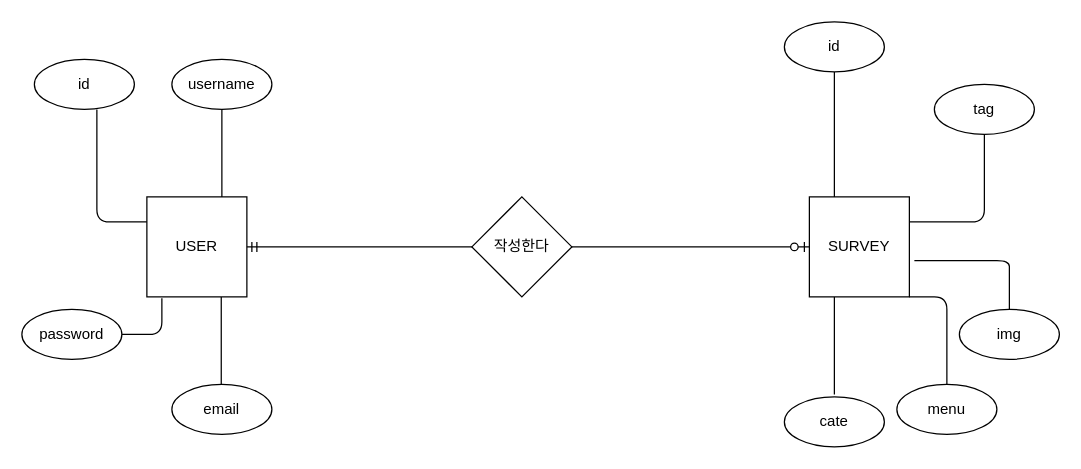
Above: Untitled Diagram.drawio in agfechoi/RSVP (draw.io), before the change. Source tidied: cells renumbered, new cells numbered last; positions are measured from the earlier drawing's top-left corner, leaving out a move shared by most shapes. Both pictures are drawn from the tidied source at 125%, with x=0, y=0 at pixel (21, 21).
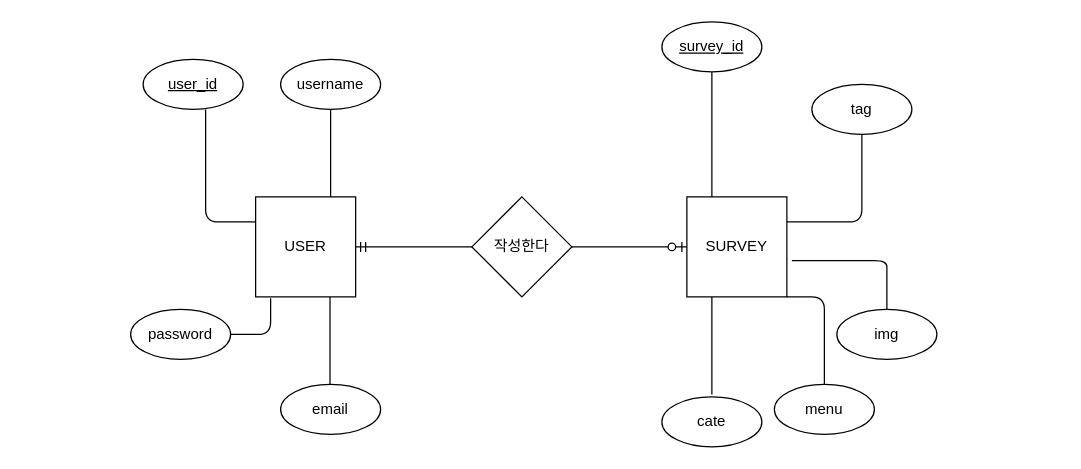
The same diagram, later.

Change to the diagram source:
```diff
@@
     <mxCell id="2" value="USER" style="whiteSpace=wrap;html=1;" parent="1" vertex="1">
-      <mxGeometry x="100" y="140" width="80" height="80" as="geometry" />
+      <mxGeometry x="187" y="140" width="80" height="80" as="geometry" />
     </mxCell>
     <mxCell id="3" value="SURVEY" style="whiteSpace=wrap;html=1;" parent="1" vertex="1">
-      <mxGeometry x="630" y="140" width="80" height="80" as="geometry" />
+      <mxGeometry x="532" y="140" width="80" height="80" as="geometry" />
     </mxCell>
-    <mxCell id="4" value="id" style="ellipse;whiteSpace=wrap;html=1;" parent="1" vertex="1">
-      <mxGeometry x="610" width="80" height="40" as="geometry" />
+    <mxCell id="4" value="&lt;u&gt;survey_id&lt;/u&gt;" style="ellipse;whiteSpace=wrap;html=1;" parent="1" vertex="1">
+      <mxGeometry x="512" width="80" height="40" as="geometry" />
     </mxCell>
     <mxCell id="5" value="email" style="ellipse;whiteSpace=wrap;html=1;" parent="1" vertex="1">
-      <mxGeometry x="120" y="290" width="80" height="40" as="geometry" />
+      <mxGeometry x="207" y="290" width="80" height="40" as="geometry" />
     </mxCell>
     <mxCell id="6" value="password" style="ellipse;whiteSpace=wrap;html=1;" parent="1" vertex="1">
-      <mxGeometry y="230" width="80" height="40" as="geometry" />
+      <mxGeometry x="87" y="230" width="80" height="40" as="geometry" />
     </mxCell>
     <mxCell id="7" value="username" style="ellipse;whiteSpace=wrap;html=1;" parent="1" vertex="1">
-      <mxGeometry x="120" y="30" width="80" height="40" as="geometry" />
+      <mxGeometry x="207" y="30" width="80" height="40" as="geometry" />
     </mxCell>
-    <mxCell id="8" value="id" style="ellipse;whiteSpace=wrap;html=1;" parent="1" vertex="1">
-      <mxGeometry x="10" y="30" width="80" height="40" as="geometry" />
+    <mxCell id="8" value="&lt;u&gt;user_id&lt;/u&gt;" style="ellipse;whiteSpace=wrap;html=1;" parent="1" vertex="1">
+      <mxGeometry x="97" y="30" width="80" height="40" as="geometry" />
     </mxCell>
@@
     <mxCell id="10" style="endArrow=none;html=1;entryX=0.5;entryY=1;entryDx=0;entryDy=0;exitX=0;exitY=0.25;exitDx=0;exitDy=0;" parent="1" edge="1" source="2">
       <mxGeometry relative="1" as="geometry">
-        <mxPoint x="60" y="70" as="targetPoint" />
+        <mxPoint x="147" y="70" as="targetPoint" />
         <Array as="points">
-          <mxPoint x="60" y="160" />
+          <mxPoint x="147" y="160" />
         </Array>
       </mxGeometry>
     </mxCell>
     <mxCell id="11" style="endArrow=none;html=1;entryX=0.15;entryY=1.013;entryDx=0;entryDy=0;exitX=1;exitY=0.5;exitDx=0;exitDy=0;entryPerimeter=0;" parent="1" edge="1" source="6" target="2">
       <mxGeometry relative="1" as="geometry">
         <Array as="points">
-          <mxPoint x="112" y="250" />
+          <mxPoint x="199" y="250" />
         </Array>
       </mxGeometry>
     </mxCell>
     <mxCell id="12" style="endArrow=none;html=1;entryX=0.5;entryY=1;entryDx=0;entryDy=0;exitX=0.75;exitY=0;exitDx=0;exitDy=0;" parent="1" edge="1">
       <mxGeometry relative="1" as="geometry">
-        <mxPoint x="159.5" y="290" as="sourcePoint" />
-        <mxPoint x="159.5" y="220" as="targetPoint" />
+        <mxPoint x="246.5" y="290" as="sourcePoint" />
+        <mxPoint x="246.5" y="220" as="targetPoint" />
       </mxGeometry>
     </mxCell>
     <mxCell id="13" value="tag" style="ellipse;whiteSpace=wrap;html=1;" parent="1" vertex="1">
-      <mxGeometry x="730" y="50" width="80" height="40" as="geometry" />
+      <mxGeometry x="632" y="50" width="80" height="40" as="geometry" />
     </mxCell>
     <mxCell id="14" value="img" style="ellipse;whiteSpace=wrap;html=1;" parent="1" vertex="1">
-      <mxGeometry x="750" y="230" width="80" height="40" as="geometry" />
+      <mxGeometry x="652" y="230" width="80" height="40" as="geometry" />
     </mxCell>
     <mxCell id="15" value="cate" style="ellipse;whiteSpace=wrap;html=1;" parent="1" vertex="1">
-      <mxGeometry x="610" y="300" width="80" height="40" as="geometry" />
+      <mxGeometry x="512" y="300" width="80" height="40" as="geometry" />
     </mxCell>
     <mxCell id="16" value="menu" style="ellipse;whiteSpace=wrap;html=1;" parent="1" vertex="1">
-      <mxGeometry x="700" y="290" width="80" height="40" as="geometry" />
+      <mxGeometry x="602" y="290" width="80" height="40" as="geometry" />
     </mxCell>
     <mxCell id="17" style="endArrow=none;html=1;entryX=0.5;entryY=1;entryDx=0;entryDy=0;exitX=0.25;exitY=0;exitDx=0;exitDy=0;" parent="1" edge="1" source="3" target="4">
       <mxGeometry relative="1" as="geometry">
         <Array as="points">
-          <mxPoint x="650" y="90" />
+          <mxPoint x="552" y="90" />
         </Array>
       </mxGeometry>
     </mxCell>
     <mxCell id="18" style="endArrow=none;html=1;entryX=0.5;entryY=1;entryDx=0;entryDy=0;" parent="1" edge="1" target="13">
       <mxGeometry relative="1" as="geometry">
-        <mxPoint x="710" y="160" as="sourcePoint" />
+        <mxPoint x="612" y="160" as="sourcePoint" />
         <Array as="points">
-          <mxPoint x="770" y="160" />
+          <mxPoint x="672" y="160" />
         </Array>
       </mxGeometry>
     </mxCell>
     <mxCell id="19" style="endArrow=none;html=1;entryX=1.05;entryY=0.638;entryDx=0;entryDy=0;exitX=0.5;exitY=0;exitDx=0;exitDy=0;entryPerimeter=0;" parent="1" edge="1" source="14" target="3">
       <mxGeometry relative="1" as="geometry">
         <Array as="points">
-          <mxPoint x="790" y="210" />
-          <mxPoint x="790" y="191" />
+          <mxPoint x="692" y="210" />
+          <mxPoint x="692" y="191" />
         </Array>
       </mxGeometry>
     </mxCell>
     <mxCell id="20" style="endArrow=none;html=1;entryX=1;entryY=1;entryDx=0;entryDy=0;exitX=0.5;exitY=0;exitDx=0;exitDy=0;" parent="1" edge="1" source="16" target="3">
       <mxGeometry relative="1" as="geometry">
         <Array as="points">
-          <mxPoint x="740" y="220" />
+          <mxPoint x="642" y="220" />
         </Array>
       </mxGeometry>
     </mxCell>
     <mxCell id="21" style="endArrow=none;html=1;entryX=0.25;entryY=1;entryDx=0;entryDy=0;" parent="1" edge="1" target="3">
       <mxGeometry relative="1" as="geometry">
-        <mxPoint x="650" y="298" as="sourcePoint" />
+        <mxPoint x="552" y="298" as="sourcePoint" />
         <Array as="points">
-          <mxPoint x="650" y="260" />
+          <mxPoint x="552" y="260" />
         </Array>
       </mxGeometry>
     </mxCell>
```
